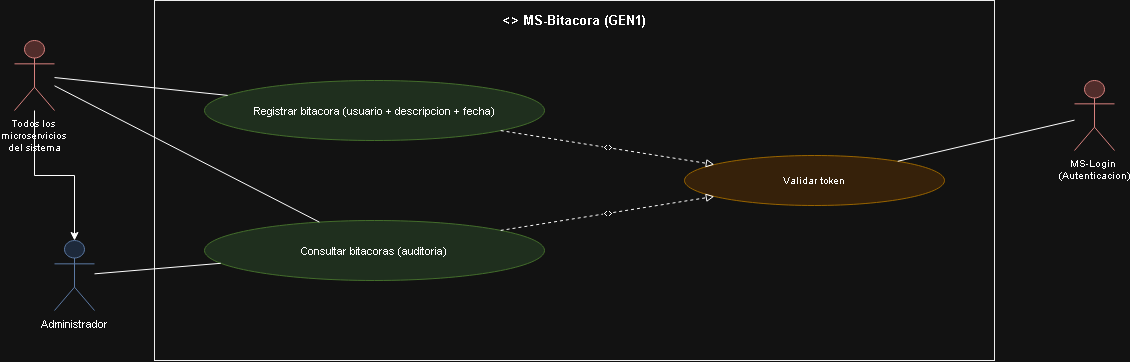
Before: Documentacion/Diagramas Generales/Casos de Uso/22-MS-Bitacora.drawio.png, a diagram exported from draw.io (AskingManCode/MetaU). Source tidied: cells renumbered, new cells last; positions are measured from the earlier drawing's top-left corner, leaving out a move shared by most shapes.
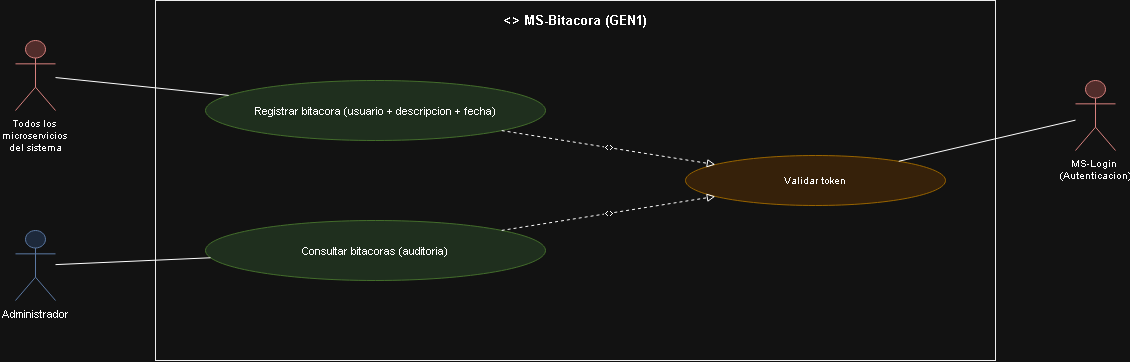
The same file after the commit.

Commit message:
fix: diagrama de caso de uso: Microservicio Bitacoras

Antes tenía una herencia que no era aplicable y un caso de uso relacionado a todos los microservicios que podían consultar la bitacora, cosa que no es correcta, los microservicios solo registran, no tienen el poder de consultar

Change to the diagram source:
```diff
@@ -5,14 +5,11 @@
     <mxCell id="2" value="&lt;&lt;microservicio&gt;&gt; MS-Bitacora (GEN1)" style="rounded=0;whiteSpace=wrap;html=1;verticalAlign=top;align=center;fontStyle=1;fillColor=none;strokeColor=#000000;fontSize=13;spacingTop=6;" parent="1" vertex="1">
       <mxGeometry x="140" width="840" height="360" as="geometry" />
     </mxCell>
-    <mxCell id="3" style="edgeStyle=orthogonalEdgeStyle;rounded=0;jettySize=auto;html=1;" parent="1" edge="1" source="4" target="5">
-      <mxGeometry relative="1" as="geometry" />
-    </mxCell>
     <mxCell id="4" value="&lt;div&gt;Todos los&amp;nbsp;&lt;/div&gt;&lt;div&gt;microservicios&amp;nbsp;&lt;/div&gt;&lt;div&gt;del sistema&lt;/div&gt;" style="shape=umlActor;verticalLabelPosition=bottom;verticalAlign=top;html=1;outlineConnect=0;fillColor=#f8cecc;strokeColor=#b85450;fontSize=10;" parent="1" vertex="1">
       <mxGeometry y="40" width="40" height="70" as="geometry" />
     </mxCell>
     <mxCell id="5" value="Administrador" style="shape=umlActor;verticalLabelPosition=bottom;verticalAlign=top;html=1;outlineConnect=0;fillColor=#dae8fc;strokeColor=#6c8ebf;fontSize=11;" parent="1" vertex="1">
-      <mxGeometry x="40" y="240" width="40" height="70" as="geometry" />
+      <mxGeometry y="230" width="40" height="70" as="geometry" />
     </mxCell>
     <mxCell id="6" value="Registrar bitacora (usuario + descripcion + fecha)" style="ellipse;whiteSpace=wrap;html=1;fillColor=#d5e8d4;strokeColor=#82b366;fontSize=11;" parent="1" vertex="1">
       <mxGeometry x="190" y="80" width="340" height="60" as="geometry" />
@@ -23,9 +20,6 @@
     <mxCell id="8" style="edgeStyle=none;html=1;endArrow=none;rounded=0;" parent="1" edge="1" source="4" target="6">
       <mxGeometry relative="1" as="geometry" />
     </mxCell>
-    <mxCell id="9" style="edgeStyle=none;html=1;endArrow=none;rounded=0;" parent="1" edge="1" source="4" target="7">
-      <mxGeometry relative="1" as="geometry" />
-    </mxCell>
     <mxCell id="10" style="edgeStyle=none;html=1;endArrow=none;rounded=0;" parent="1" edge="1" source="5" target="7">
       <mxGeometry relative="1" as="geometry" />
     </mxCell>
```
